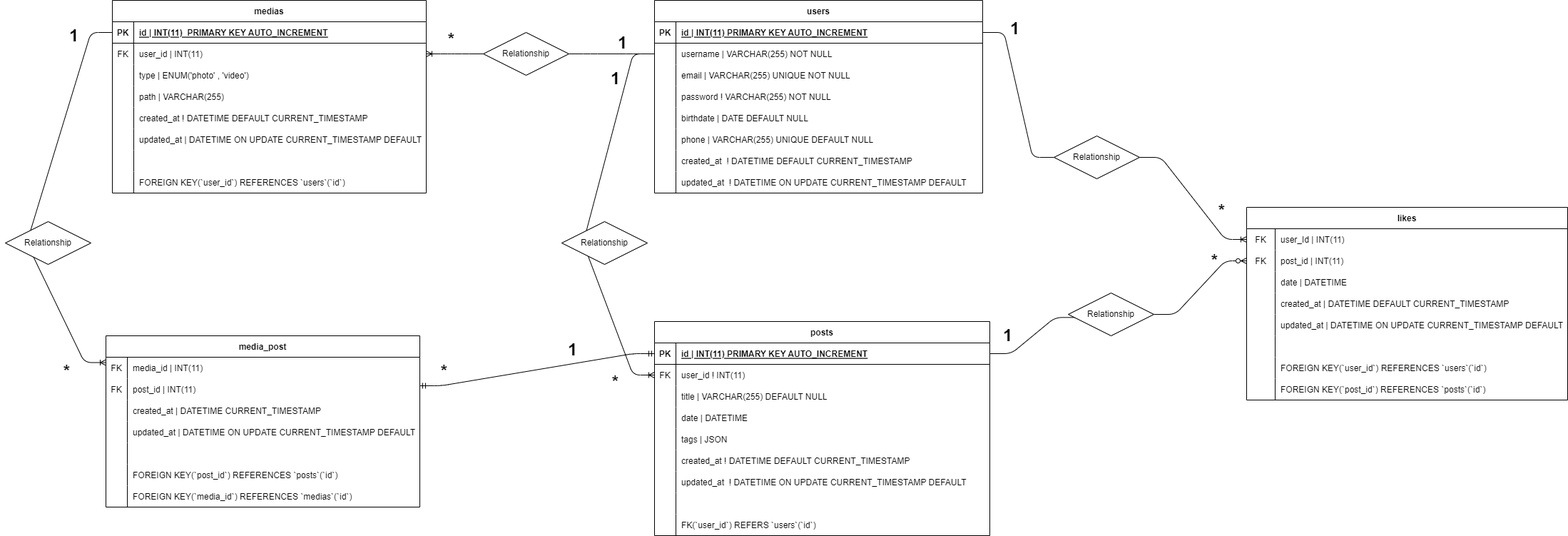
Before: assets/img/ER-graph.png, a diagram exported from draw.io (simonemoretti94/social-platform). Source tidied: cells renumbered, new cells last; positions are measured from the earlier drawing's top-left corner, leaving out a move shared by most shapes.
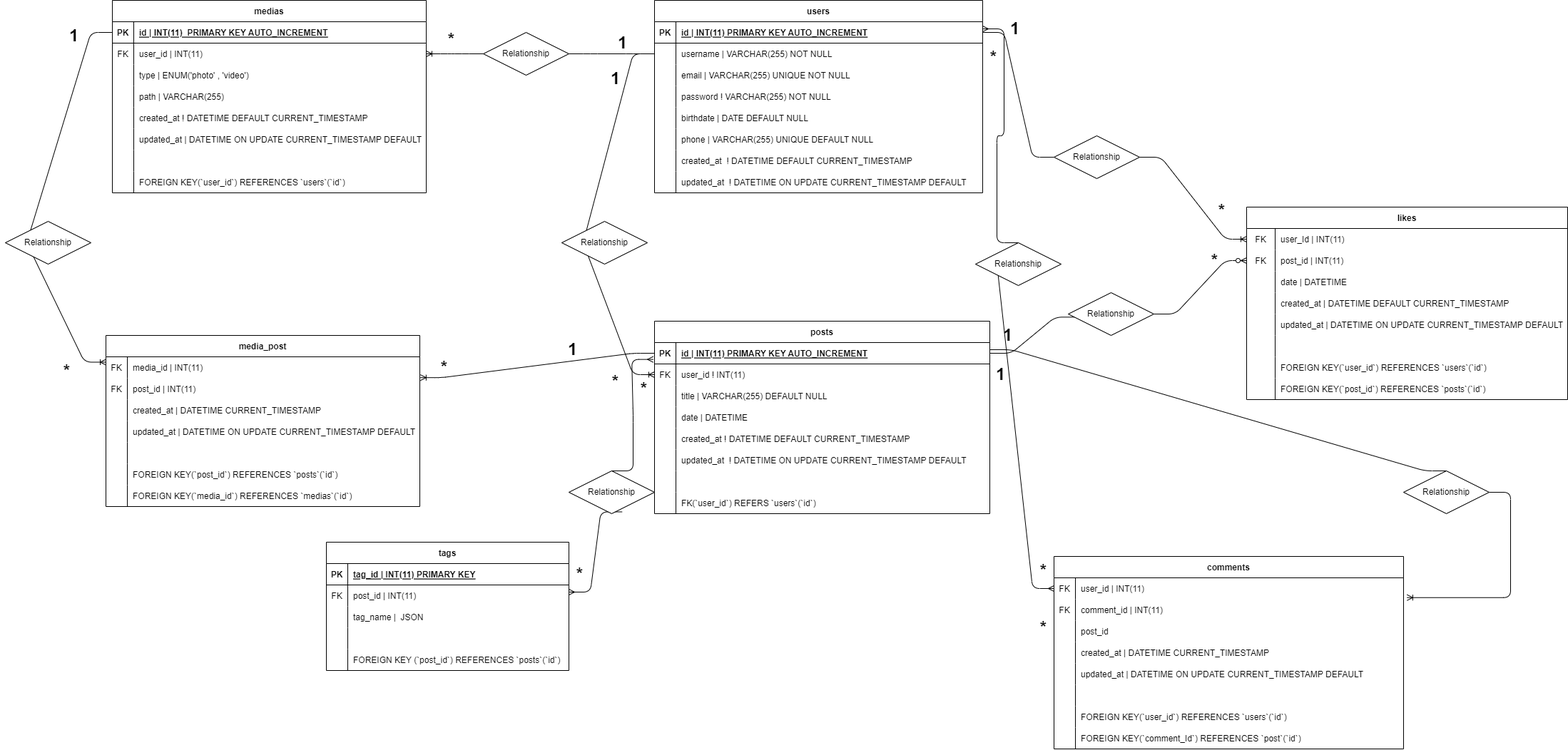
The same diagram one commit later.

Diff of the diagram source:
```diff
@@ -78,7 +78,7 @@
       <mxGeometry x="30" width="410" height="30" as="geometry" />
     </mxCell>
     <mxCell id="27" value="posts" style="shape=table;startSize=30;rowLines=0;fontStyle=1;align=center;" parent="1" vertex="1">
-      <mxGeometry x="910" y="450" width="470" height="300" as="geometry" />
+      <mxGeometry x="910" y="450" width="470" height="270" as="geometry" />
     </mxCell>
     <mxCell id="28" style="shape=tableRow;horizontal=0;startSize=0;swimlaneHead=0;swimlaneBody=0;fillColor=none;points=[[0,0.5],[1,0.5]];portConstraint=eastwest;top=0;left=0;right=0;bottom=1;" parent="27" vertex="1">
       <mxGeometry y="30" width="470" height="30" as="geometry" />
@@ -116,17 +116,8 @@
     <mxCell id="39" value="date | DATETIME" style="shape=partialRectangle;fillColor=none;top=0;left=0;bottom=0;right=0;align=left;spacingLeft=6;overflow=hidden;" parent="37" vertex="1">
       <mxGeometry x="30" width="440" height="30" as="geometry" />
     </mxCell>
-    <mxCell id="40" style="shape=tableRow;horizontal=0;startSize=0;swimlaneHead=0;swimlaneBody=0;fillColor=none;top=0;left=0;right=0;bottom=0;" parent="27" vertex="1">
-      <mxGeometry y="150" width="470" height="30" as="geometry" />
-    </mxCell>
-    <mxCell id="41" style="shape=partialRectangle;fillColor=none;top=0;left=0;bottom=0;right=0;overflow=hidden;" parent="40" vertex="1">
-      <mxGeometry width="30" height="30" as="geometry" />
-    </mxCell>
-    <mxCell id="42" value="tags | JSON" style="shape=partialRectangle;fillColor=none;top=0;left=0;bottom=0;right=0;align=left;spacingLeft=6;overflow=hidden;" parent="40" vertex="1">
-      <mxGeometry x="30" width="440" height="30" as="geometry" />
-    </mxCell>
     <mxCell id="43" style="shape=tableRow;horizontal=0;startSize=0;swimlaneHead=0;swimlaneBody=0;fillColor=none;top=0;left=0;right=0;bottom=0;" parent="27" vertex="1">
-      <mxGeometry y="180" width="470" height="30" as="geometry" />
+      <mxGeometry y="150" width="470" height="30" as="geometry" />
     </mxCell>
     <mxCell id="44" style="shape=partialRectangle;fillColor=none;top=0;left=0;bottom=0;right=0;overflow=hidden;" parent="43" vertex="1">
       <mxGeometry width="30" height="30" as="geometry" />
@@ -135,7 +126,7 @@
       <mxGeometry x="30" width="440" height="30" as="geometry" />
     </mxCell>
     <mxCell id="46" style="shape=tableRow;horizontal=0;startSize=0;swimlaneHead=0;swimlaneBody=0;fillColor=none;top=0;left=0;right=0;bottom=0;" parent="27" vertex="1">
-      <mxGeometry y="210" width="470" height="30" as="geometry" />
+      <mxGeometry y="180" width="470" height="30" as="geometry" />
     </mxCell>
     <mxCell id="47" style="shape=partialRectangle;fillColor=none;top=0;left=0;bottom=0;right=0;overflow=hidden;" parent="46" vertex="1">
       <mxGeometry width="30" height="30" as="geometry" />
@@ -144,7 +135,7 @@
       <mxGeometry x="30" width="440" height="30" as="geometry" />
     </mxCell>
     <mxCell id="49" style="shape=tableRow;horizontal=0;startSize=0;swimlaneHead=0;swimlaneBody=0;fillColor=none;top=0;left=0;right=0;bottom=0;" parent="27" vertex="1">
-      <mxGeometry y="240" width="470" height="30" as="geometry" />
+      <mxGeometry y="210" width="470" height="30" as="geometry" />
     </mxCell>
     <mxCell id="50" style="shape=partialRectangle;fillColor=none;top=0;left=0;bottom=0;right=0;overflow=hidden;" parent="49" vertex="1">
       <mxGeometry width="30" height="30" as="geometry" />
@@ -153,7 +144,7 @@
       <mxGeometry x="30" width="440" height="30" as="geometry" />
     </mxCell>
     <mxCell id="52" style="shape=tableRow;horizontal=0;startSize=0;swimlaneHead=0;swimlaneBody=0;fillColor=none;top=0;left=0;right=0;bottom=0;" parent="27" vertex="1">
-      <mxGeometry y="270" width="470" height="30" as="geometry" />
+      <mxGeometry y="240" width="470" height="30" as="geometry" />
     </mxCell>
     <mxCell id="53" style="shape=partialRectangle;fillColor=none;top=0;left=0;bottom=0;right=0;overflow=hidden;" parent="52" vertex="1">
       <mxGeometry width="30" height="30" as="geometry" />
@@ -409,11 +400,6 @@
     <mxCell id="136" value="FOREIGN KEY(`media_id`) REFERENCES `medias`(`id`)" style="shape=partialRectangle;fillColor=none;top=0;left=0;bottom=0;right=0;align=left;spacingLeft=6;overflow=hidden;" parent="134" vertex="1">
       <mxGeometry x="30" width="410" height="30" as="geometry" />
     </mxCell>
-    <mxCell id="137" style="edgeStyle=entityRelationEdgeStyle;fontSize=12;html=1;endArrow=ERmandOne;startArrow=ERmandOne;entryX=0;entryY=0.5;entryDx=0;entryDy=0;" parent="1" edge="1" target="28">
-      <mxGeometry relative="1" as="geometry">
-        <mxPoint x="581" y="540" as="sourcePoint" />
-      </mxGeometry>
-    </mxCell>
     <mxCell id="138" value="1" style="text;strokeColor=none;fillColor=none;html=1;fontSize=24;fontStyle=1;verticalAlign=middle;align=center;" parent="1" vertex="1">
       <mxGeometry x="750" y="470" width="90" height="40" as="geometry" />
     </mxCell>
@@ -421,7 +407,7 @@
       <mxGeometry x="51" y="30" width="90" height="40" as="geometry" />
     </mxCell>
     <mxCell id="140" value="*" style="text;strokeColor=none;fillColor=none;html=1;fontSize=24;fontStyle=1;verticalAlign=middle;align=center;" parent="1" vertex="1">
-      <mxGeometry x="560" y="495" width="110" height="50" as="geometry" />
+      <mxGeometry x="560" y="490" width="110" height="50" as="geometry" />
     </mxCell>
     <mxCell id="141" value="*" style="text;strokeColor=none;fillColor=none;html=1;fontSize=24;fontStyle=1;verticalAlign=middle;align=center;" parent="1" vertex="1">
       <mxGeometry x="31" y="495" width="110" height="50" as="geometry" />
@@ -465,5 +451,186 @@
     <mxCell id="154" value="Relationship" style="shape=rhombus;perimeter=rhombusPerimeter;whiteSpace=wrap;html=1;align=center;" parent="1" vertex="1">
       <mxGeometry x="1490" y="410" width="120" height="60" as="geometry" />
     </mxCell>
+    <mxCell id="155" style="edgeStyle=entityRelationEdgeStyle;fontSize=12;html=1;endArrow=ERoneToMany;exitX=0;exitY=0.5;exitDx=0;exitDy=0;entryX=1.002;entryY=-0.027;entryDx=0;entryDy=0;entryPerimeter=0;" parent="1" edge="1" source="28" target="119">
+      <mxGeometry relative="1" as="geometry" />
+    </mxCell>
+    <mxCell id="156" value="comments" style="shape=table;startSize=30;rowLines=0;fontStyle=1;align=center;" parent="1" vertex="1">
+      <mxGeometry x="1470" y="780" width="490" height="270" as="geometry" />
+    </mxCell>
+    <mxCell id="157" style="shape=tableRow;horizontal=0;startSize=0;swimlaneHead=0;swimlaneBody=0;fillColor=none;points=[[0,0.5],[1,0.5]];portConstraint=eastwest;top=0;left=0;right=0;bottom=0;" parent="156" vertex="1">
+      <mxGeometry y="30" width="490" height="30" as="geometry" />
+    </mxCell>
+    <mxCell id="158" value="FK" style="shape=partialRectangle;fillColor=none;top=0;left=0;bottom=0;right=0;overflow=hidden;" parent="157" vertex="1">
+      <mxGeometry width="30" height="30" as="geometry" />
+    </mxCell>
+    <mxCell id="159" value="user_id | INT(11)" style="shape=partialRectangle;fillColor=none;top=0;left=0;bottom=0;right=0;align=left;spacingLeft=6;overflow=hidden;" parent="157" vertex="1">
+      <mxGeometry x="30" width="460" height="30" as="geometry" />
+    </mxCell>
+    <mxCell id="160" style="shape=tableRow;horizontal=0;startSize=0;swimlaneHead=0;swimlaneBody=0;fillColor=none;points=[[0,0.5],[1,0.5]];portConstraint=eastwest;top=0;left=0;right=0;bottom=0;" parent="156" vertex="1">
+      <mxGeometry y="60" width="490" height="30" as="geometry" />
+    </mxCell>
+    <mxCell id="161" value="FK" style="shape=partialRectangle;fillColor=none;top=0;left=0;bottom=0;right=0;overflow=hidden;" parent="160" vertex="1">
+      <mxGeometry width="30" height="30" as="geometry" />
+    </mxCell>
+    <mxCell id="162" value="comment_id | INT(11)" style="shape=partialRectangle;fillColor=none;top=0;left=0;bottom=0;right=0;align=left;spacingLeft=6;overflow=hidden;" parent="160" vertex="1">
+      <mxGeometry x="30" width="460" height="30" as="geometry" />
+    </mxCell>
+    <mxCell id="163" style="shape=tableRow;horizontal=0;startSize=0;swimlaneHead=0;swimlaneBody=0;fillColor=none;top=0;left=0;right=0;bottom=0;" parent="156" vertex="1">
+      <mxGeometry y="90" width="490" height="30" as="geometry" />
+    </mxCell>
+    <mxCell id="164" style="shape=partialRectangle;fillColor=none;top=0;left=0;bottom=0;right=0;overflow=hidden;" parent="163" vertex="1">
+      <mxGeometry width="30" height="30" as="geometry" />
+    </mxCell>
+    <mxCell id="165" value="post_id" style="shape=partialRectangle;fillColor=none;top=0;left=0;bottom=0;right=0;align=left;spacingLeft=6;overflow=hidden;" parent="163" vertex="1">
+      <mxGeometry x="30" width="460" height="30" as="geometry" />
+    </mxCell>
+    <mxCell id="166" style="shape=tableRow;horizontal=0;startSize=0;swimlaneHead=0;swimlaneBody=0;fillColor=none;top=0;left=0;right=0;bottom=0;" parent="156" vertex="1">
+      <mxGeometry y="120" width="490" height="30" as="geometry" />
+    </mxCell>
+    <mxCell id="167" style="shape=partialRectangle;fillColor=none;top=0;left=0;bottom=0;right=0;overflow=hidden;" parent="166" vertex="1">
+      <mxGeometry width="30" height="30" as="geometry" />
+    </mxCell>
+    <mxCell id="168" value="created_at | DATETIME CURRENT_TIMESTAMP" style="shape=partialRectangle;fillColor=none;top=0;left=0;bottom=0;right=0;align=left;spacingLeft=6;overflow=hidden;" parent="166" vertex="1">
+      <mxGeometry x="30" width="460" height="30" as="geometry" />
+    </mxCell>
+    <mxCell id="169" style="shape=tableRow;horizontal=0;startSize=0;swimlaneHead=0;swimlaneBody=0;fillColor=none;top=0;left=0;right=0;bottom=0;" parent="156" vertex="1">
+      <mxGeometry y="150" width="490" height="30" as="geometry" />
+    </mxCell>
+    <mxCell id="170" style="shape=partialRectangle;fillColor=none;top=0;left=0;bottom=0;right=0;overflow=hidden;" parent="169" vertex="1">
+      <mxGeometry width="30" height="30" as="geometry" />
+    </mxCell>
+    <mxCell id="171" value="updated_at | DATETIME ON UPDATE CURRENT_TIMESTAMP DEFAULT" style="shape=partialRectangle;fillColor=none;top=0;left=0;bottom=0;right=0;align=left;spacingLeft=6;overflow=hidden;" parent="169" vertex="1">
+      <mxGeometry x="30" width="460" height="30" as="geometry" />
+    </mxCell>
+    <mxCell id="172" style="shape=tableRow;horizontal=0;startSize=0;swimlaneHead=0;swimlaneBody=0;fillColor=none;top=0;left=0;right=0;bottom=0;" parent="156" vertex="1">
+      <mxGeometry y="180" width="490" height="30" as="geometry" />
+    </mxCell>
+    <mxCell id="173" style="shape=partialRectangle;fillColor=none;top=0;left=0;bottom=0;right=0;overflow=hidden;" parent="172" vertex="1">
+      <mxGeometry width="30" height="30" as="geometry" />
+    </mxCell>
+    <mxCell id="174" style="shape=partialRectangle;fillColor=none;top=0;left=0;bottom=0;right=0;align=left;spacingLeft=6;overflow=hidden;" parent="172" vertex="1">
+      <mxGeometry x="30" width="460" height="30" as="geometry" />
+    </mxCell>
+    <mxCell id="175" style="shape=tableRow;horizontal=0;startSize=0;swimlaneHead=0;swimlaneBody=0;fillColor=none;top=0;left=0;right=0;bottom=0;" parent="156" vertex="1">
+      <mxGeometry y="210" width="490" height="30" as="geometry" />
+    </mxCell>
+    <mxCell id="176" style="shape=partialRectangle;fillColor=none;top=0;left=0;bottom=0;right=0;overflow=hidden;" parent="175" vertex="1">
+      <mxGeometry width="30" height="30" as="geometry" />
+    </mxCell>
+    <mxCell id="177" value="FOREIGN KEY(`user_id`) REFERENCES `users`(`id`)" style="shape=partialRectangle;fillColor=none;top=0;left=0;bottom=0;right=0;align=left;spacingLeft=6;overflow=hidden;" parent="175" vertex="1">
+      <mxGeometry x="30" width="460" height="30" as="geometry" />
+    </mxCell>
+    <mxCell id="178" style="shape=tableRow;horizontal=0;startSize=0;swimlaneHead=0;swimlaneBody=0;fillColor=none;top=0;left=0;right=0;bottom=0;" parent="156" vertex="1">
+      <mxGeometry y="240" width="490" height="30" as="geometry" />
+    </mxCell>
+    <mxCell id="179" style="shape=partialRectangle;fillColor=none;top=0;left=0;bottom=0;right=0;overflow=hidden;" parent="178" vertex="1">
+      <mxGeometry width="30" height="30" as="geometry" />
+    </mxCell>
+    <mxCell id="180" value="FOREIGN KEY(`comment_Id`) REFERENCES `post`(`id`)" style="shape=partialRectangle;fillColor=none;top=0;left=0;bottom=0;right=0;align=left;spacingLeft=6;overflow=hidden;" parent="178" vertex="1">
+      <mxGeometry x="30" width="460" height="30" as="geometry" />
+    </mxCell>
+    <mxCell id="181" style="shape=partialRectangle;fillColor=none;top=0;left=0;bottom=0;right=0;align=left;spacingLeft=6;overflow=hidden;" parent="1" vertex="1">
+      <mxGeometry x="1090" y="930" width="410" height="30" as="geometry" />
+    </mxCell>
+    <mxCell id="182" style="shape=partialRectangle;fillColor=none;top=0;left=0;bottom=0;right=0;align=left;spacingLeft=6;overflow=hidden;" parent="1" vertex="1">
+      <mxGeometry x="1090" y="960" width="410" height="30" as="geometry" />
+    </mxCell>
+    <mxCell id="183" style="edgeStyle=entityRelationEdgeStyle;fontSize=12;html=1;endArrow=ERmany;startArrow=none;entryX=0;entryY=0.5;entryDx=0;entryDy=0;exitX=0;exitY=0.5;exitDx=0;exitDy=0;" parent="1" edge="1" source="190" target="157">
+      <mxGeometry relative="1" as="geometry" />
+    </mxCell>
+    <mxCell id="184" value="*" style="text;strokeColor=none;fillColor=none;html=1;fontSize=24;fontStyle=1;verticalAlign=middle;align=center;" parent="1" vertex="1">
+      <mxGeometry x="1360" y="70" width="50" height="20" as="geometry" />
+    </mxCell>
+    <mxCell id="185" value="*" style="text;strokeColor=none;fillColor=none;html=1;fontSize=24;fontStyle=1;verticalAlign=middle;align=center;" parent="1" vertex="1">
+      <mxGeometry x="1430" y="790" width="50" height="20" as="geometry" />
+    </mxCell>
+    <mxCell id="186" style="edgeStyle=entityRelationEdgeStyle;fontSize=12;html=1;endArrow=ERoneToMany;entryX=1.01;entryY=-0.075;entryDx=0;entryDy=0;startArrow=none;entryPerimeter=0;" parent="1" edge="1" source="192" target="160">
+      <mxGeometry relative="1" as="geometry" />
+    </mxCell>
+    <mxCell id="187" value="1" style="text;strokeColor=none;fillColor=none;html=1;fontSize=24;fontStyle=1;verticalAlign=middle;align=center;" parent="1" vertex="1">
+      <mxGeometry x="1350" y="505" width="90" height="40" as="geometry" />
+    </mxCell>
+    <mxCell id="188" value="*" style="text;strokeColor=none;fillColor=none;html=1;fontSize=24;fontStyle=1;verticalAlign=middle;align=center;" parent="1" vertex="1">
+      <mxGeometry x="1430" y="870" width="50" height="20" as="geometry" />
+    </mxCell>
+    <mxCell id="189" style="edgeStyle=entityRelationEdgeStyle;fontSize=12;html=1;endArrow=none;startArrow=ERmany;entryX=0.5;entryY=0;entryDx=0;entryDy=0;exitX=0;exitY=0.5;exitDx=0;exitDy=0;" parent="1" edge="1" source="147" target="190">
+      <mxGeometry relative="1" as="geometry" />
+    </mxCell>
+    <mxCell id="190" value="Relationship" style="shape=rhombus;perimeter=rhombusPerimeter;whiteSpace=wrap;html=1;align=center;" parent="1" vertex="1">
+      <mxGeometry x="1360" y="340" width="120" height="60" as="geometry" />
+    </mxCell>
+    <mxCell id="191" style="edgeStyle=entityRelationEdgeStyle;fontSize=12;html=1;endArrow=none;entryX=0.5;entryY=0;entryDx=0;entryDy=0;" parent="1" edge="1" target="192">
+      <mxGeometry relative="1" as="geometry">
+        <mxPoint x="1380" y="490" as="sourcePoint" />
+      </mxGeometry>
+    </mxCell>
+    <mxCell id="192" value="Relationship" style="shape=rhombus;perimeter=rhombusPerimeter;whiteSpace=wrap;html=1;align=center;" parent="1" vertex="1">
+      <mxGeometry x="1960" y="660" width="120" height="60" as="geometry" />
+    </mxCell>
+    <mxCell id="193" value="tags" style="shape=table;startSize=30;rowLines=0;fontStyle=1;align=center;" parent="1" vertex="1">
+      <mxGeometry x="450" y="760" width="340" height="180" as="geometry" />
+    </mxCell>
+    <mxCell id="194" style="shape=tableRow;horizontal=0;startSize=0;swimlaneHead=0;swimlaneBody=0;fillColor=none;top=0;left=0;right=0;bottom=1;" parent="193" vertex="1">
+      <mxGeometry y="30" width="340" height="30" as="geometry" />
+    </mxCell>
+    <mxCell id="195" value="PK" style="shape=partialRectangle;fillColor=none;top=0;left=0;bottom=0;right=0;fontStyle=1;overflow=hidden;" parent="194" vertex="1">
+      <mxGeometry width="30" height="30" as="geometry" />
+    </mxCell>
+    <mxCell id="196" value="tag_id | INT(11) PRIMARY KEY" style="shape=partialRectangle;fillColor=none;top=0;left=0;bottom=0;right=0;align=left;spacingLeft=6;fontStyle=5;overflow=hidden;" parent="194" vertex="1">
+      <mxGeometry x="30" width="310" height="30" as="geometry" />
+    </mxCell>
+    <mxCell id="197" style="shape=tableRow;horizontal=0;startSize=0;swimlaneHead=0;swimlaneBody=0;fillColor=none;top=0;left=0;right=0;bottom=0;" parent="193" vertex="1">
+      <mxGeometry y="60" width="340" height="30" as="geometry" />
+    </mxCell>
+    <mxCell id="198" value="FK" style="shape=partialRectangle;fillColor=none;top=0;left=0;bottom=0;right=0;overflow=hidden;" parent="197" vertex="1">
+      <mxGeometry width="30" height="30" as="geometry" />
+    </mxCell>
+    <mxCell id="199" value="post_id | INT(11)" style="shape=partialRectangle;fillColor=none;top=0;left=0;bottom=0;right=0;align=left;spacingLeft=6;overflow=hidden;" parent="197" vertex="1">
+      <mxGeometry x="30" width="310" height="30" as="geometry" />
+    </mxCell>
+    <mxCell id="200" style="shape=tableRow;horizontal=0;startSize=0;swimlaneHead=0;swimlaneBody=0;fillColor=none;top=0;left=0;right=0;bottom=0;" parent="193" vertex="1">
+      <mxGeometry y="90" width="340" height="30" as="geometry" />
+    </mxCell>
+    <mxCell id="201" style="shape=partialRectangle;fillColor=none;top=0;left=0;bottom=0;right=0;overflow=hidden;" parent="200" vertex="1">
+      <mxGeometry width="30" height="30" as="geometry" />
+    </mxCell>
+    <mxCell id="202" value="tag_name |  JSON" style="shape=partialRectangle;fillColor=none;top=0;left=0;bottom=0;right=0;align=left;spacingLeft=6;overflow=hidden;" parent="200" vertex="1">
+      <mxGeometry x="30" width="310" height="30" as="geometry" />
+    </mxCell>
+    <mxCell id="203" style="shape=tableRow;horizontal=0;startSize=0;swimlaneHead=0;swimlaneBody=0;fillColor=none;top=0;left=0;right=0;bottom=0;" parent="193" vertex="1">
+      <mxGeometry y="120" width="340" height="30" as="geometry" />
+    </mxCell>
+    <mxCell id="204" style="shape=partialRectangle;fillColor=none;top=0;left=0;bottom=0;right=0;overflow=hidden;" parent="203" vertex="1">
+      <mxGeometry width="30" height="30" as="geometry" />
+    </mxCell>
+    <mxCell id="205" style="shape=partialRectangle;fillColor=none;top=0;left=0;bottom=0;right=0;align=left;spacingLeft=6;overflow=hidden;" parent="203" vertex="1">
+      <mxGeometry x="30" width="310" height="30" as="geometry" />
+    </mxCell>
+    <mxCell id="206" style="shape=tableRow;horizontal=0;startSize=0;swimlaneHead=0;swimlaneBody=0;fillColor=none;top=0;left=0;right=0;bottom=0;" parent="193" vertex="1">
+      <mxGeometry y="150" width="340" height="30" as="geometry" />
+    </mxCell>
+    <mxCell id="207" style="shape=partialRectangle;fillColor=none;top=0;left=0;bottom=0;right=0;overflow=hidden;" parent="206" vertex="1">
+      <mxGeometry width="30" height="30" as="geometry" />
+    </mxCell>
+    <mxCell id="208" value="FOREIGN KEY (`post_id`) REFERENCES `posts`(`id`)" style="shape=partialRectangle;fillColor=none;top=0;left=0;bottom=0;right=0;align=left;spacingLeft=6;overflow=hidden;" parent="206" vertex="1">
+      <mxGeometry x="30" width="310" height="30" as="geometry" />
+    </mxCell>
+    <mxCell id="209" style="edgeStyle=entityRelationEdgeStyle;fontSize=12;html=1;endArrow=ERmany;startArrow=none;entryX=-0.004;entryY=0.788;entryDx=0;entryDy=0;entryPerimeter=0;exitX=0.5;exitY=0;exitDx=0;exitDy=0;" parent="1" edge="1" source="213" target="28">
+      <mxGeometry relative="1" as="geometry" />
+    </mxCell>
+    <mxCell id="210" value="*" style="text;strokeColor=none;fillColor=none;html=1;fontSize=24;fontStyle=1;verticalAlign=middle;align=center;" parent="1" vertex="1">
+      <mxGeometry x="840" y="520" width="110" height="50" as="geometry" />
+    </mxCell>
+    <mxCell id="211" value="*" style="text;strokeColor=none;fillColor=none;html=1;fontSize=24;fontStyle=1;verticalAlign=middle;align=center;" parent="1" vertex="1">
+      <mxGeometry x="750" y="780" width="110" height="50" as="geometry" />
+    </mxCell>
+    <mxCell id="212" style="edgeStyle=entityRelationEdgeStyle;fontSize=12;html=1;endArrow=none;startArrow=ERmany;entryX=0.622;entryY=0.958;entryDx=0;entryDy=0;entryPerimeter=0;" parent="1" edge="1" target="213">
+      <mxGeometry relative="1" as="geometry">
+        <mxPoint x="790" y="830" as="sourcePoint" />
+      </mxGeometry>
+    </mxCell>
+    <mxCell id="213" value="Relationship" style="shape=rhombus;perimeter=rhombusPerimeter;whiteSpace=wrap;html=1;align=center;" parent="1" vertex="1">
+      <mxGeometry x="790" y="660" width="120" height="60" as="geometry" />
+    </mxCell>
   </root>
 </mxGraphModel>
```
